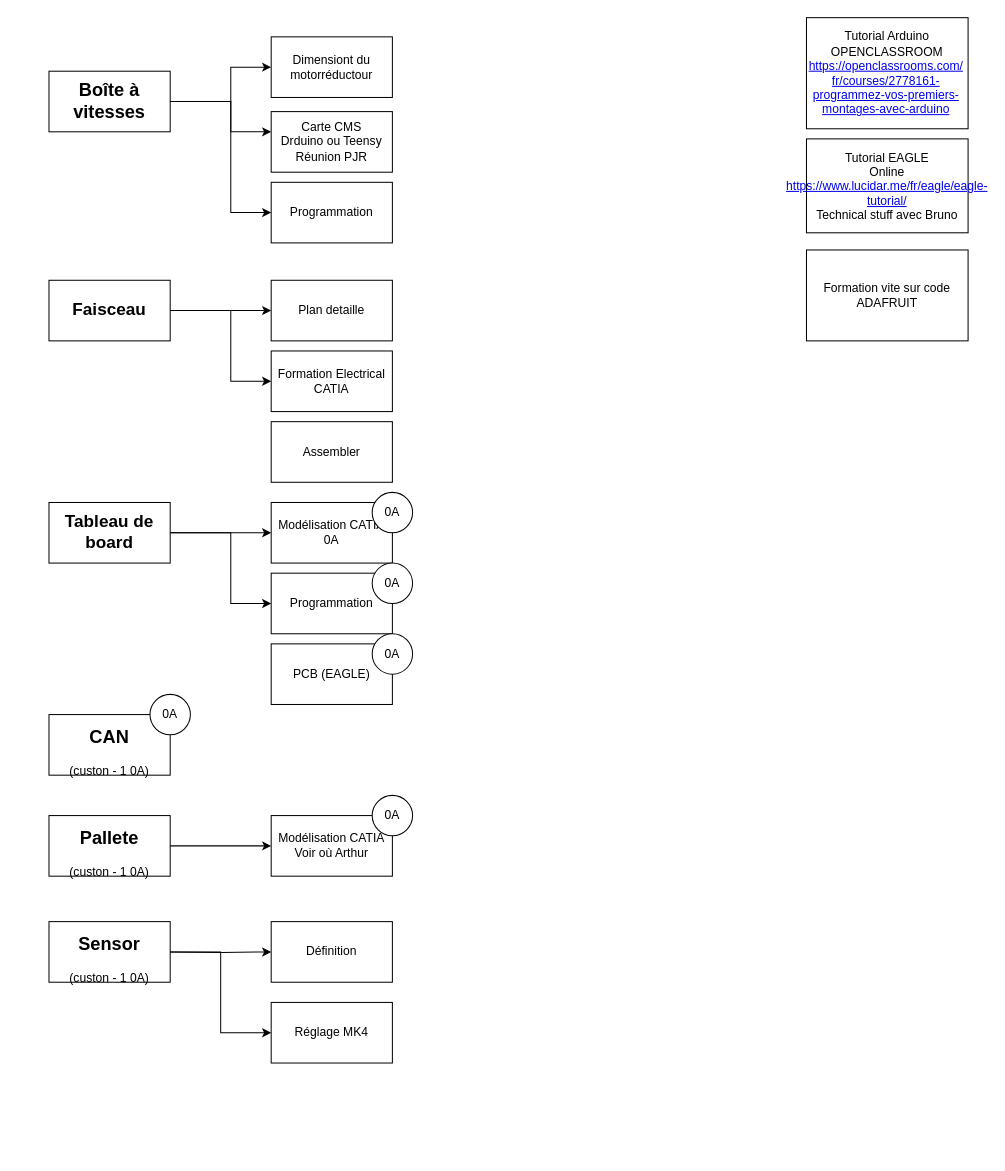
EOSCogniton/STUF-2020 keeps this draw.io diagram as page "SEISM 2019-2020" (1 of 3) of EL_Electrical/SEISM 2019 .drawio. Above is the earlier version. Source tidied: cells renumbered, new cells numbered last; positions are measured from the earlier drawing's top-left corner, leaving out a move shared by most shapes. Both pictures are drawn from the tidied source at 101%, with x=0, y=0 at pixel (48, 17).
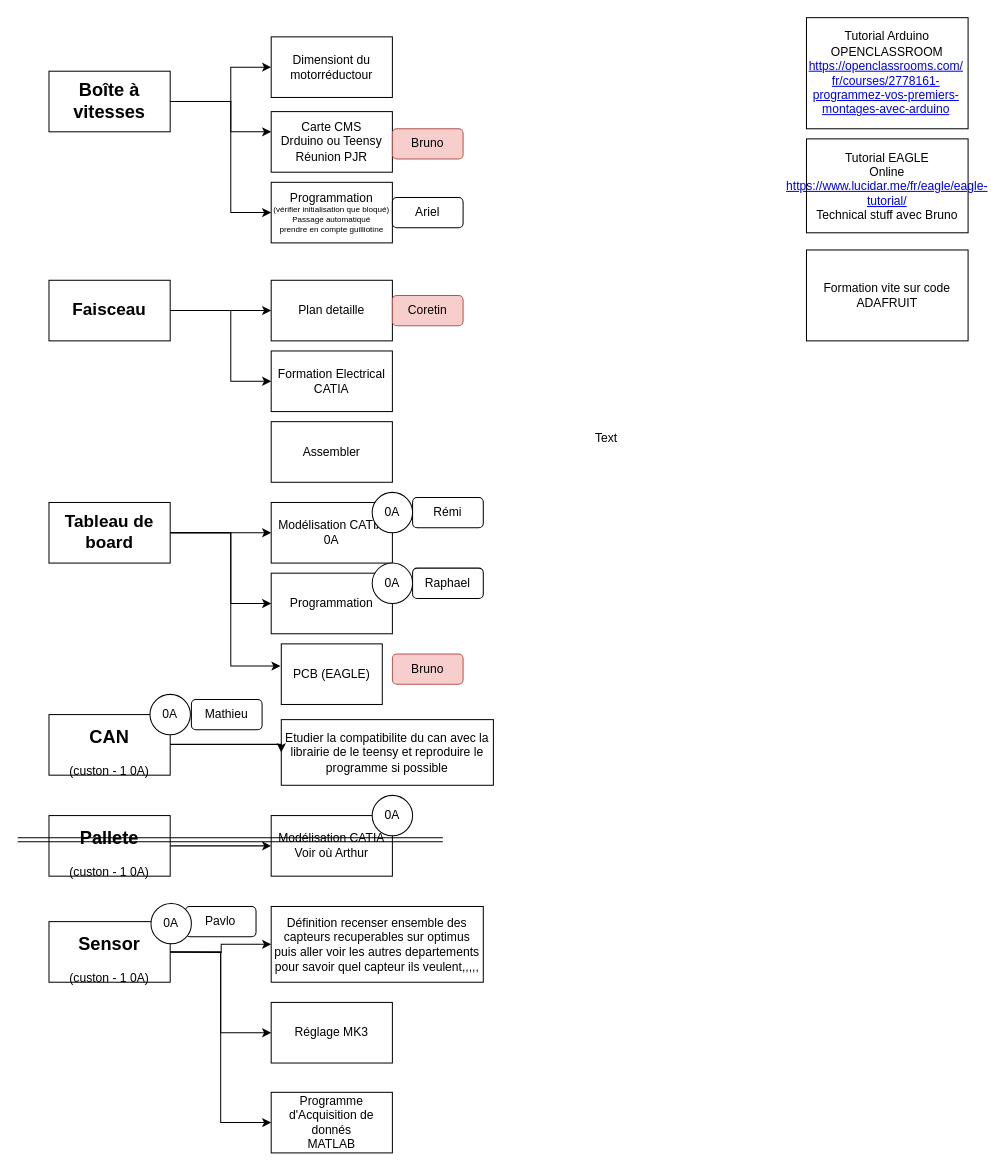
Above is the later version.

Unchanged cells that the change refers to:
```xml
<mxCell id="15" value="&lt;h2&gt;&lt;span class=&quot; author-d-iz88z86z86za0dz67zz78zz78zz74zz68zjz80zz71z9iz90z95dz75zdxz72zz76znvz86zz79zz84zmrz67zz80zz90zbd2rz83zz81zgz71z1etjz88z&quot;&gt;Pallete&lt;/span&gt;&lt;/h2&gt;&lt;div&gt;(custon - 1 0A)&lt;br&gt;&lt;/div&gt;" style="rounded=0;whiteSpace=wrap;html=1;" parent="1" vertex="1">
  <mxGeometry y="790" width="120" height="60" as="geometry" />
</mxCell>
<mxCell id="19" value="Tableau de board" style="rounded=0;whiteSpace=wrap;html=1;fontSize=17;fontStyle=1;" parent="1" vertex="1">
  <mxGeometry y="480" width="120" height="60" as="geometry" />
</mxCell>
<mxCell id="26" value="&lt;div&gt;Modélisation CATIA&lt;br&gt;&lt;/div&gt;&lt;div&gt;Voir où Arthur &lt;br&gt;&lt;/div&gt;" style="rounded=0;whiteSpace=wrap;html=1;fontSize=12;" parent="1" vertex="1">
  <mxGeometry x="220" y="790" width="120" height="60" as="geometry" />
</mxCell>
<mxCell id="28" value="&lt;h2&gt;&lt;span class=&quot; author-d-iz88z86z86za0dz67zz78zz78zz74zz68zjz80zz71z9iz90z95dz75zdxz72zz76znvz86zz79zz84zmrz67zz80zz90zbd2rz83zz81zgz71z1etjz88z&quot;&gt;Sensor&lt;/span&gt;&lt;/h2&gt;&lt;div&gt;(custon - 1 0A)&lt;br&gt;&lt;/div&gt;" style="rounded=0;whiteSpace=wrap;html=1;" parent="1" vertex="1">
  <mxGeometry y="895" width="120" height="60" as="geometry" />
</mxCell>
```

The edit, as a diff of the source:
```diff
@@
-    <mxCell id="13" value="Programmation" style="rounded=0;whiteSpace=wrap;html=1;" parent="1" vertex="1">
+    <mxCell id="13" value="&lt;div&gt;Programmation&lt;/div&gt;&lt;div style=&quot;font-size: 8px&quot;&gt;&lt;font style=&quot;font-size: 8px&quot;&gt;(vérifier initialisation que bloqué)&lt;/font&gt;&lt;/div&gt;&lt;div style=&quot;font-size: 8px&quot;&gt;&lt;font style=&quot;font-size: 8px&quot;&gt;Passage automatiqué&lt;/font&gt;&lt;/div&gt;&lt;div style=&quot;font-size: 8px&quot;&gt;&lt;font style=&quot;font-size: 8px&quot;&gt;prendre en compte guilliotine&lt;/font&gt;&lt;br&gt;&lt;/div&gt;" style="rounded=0;whiteSpace=wrap;html=1;" parent="1" vertex="1">
       <mxGeometry x="220" y="163" width="120" height="60" as="geometry" />
     </mxCell>
     <mxCell id="14" style="edgeStyle=orthogonalEdgeStyle;rounded=0;jettySize=auto;html=1;exitX=1;exitY=0.5;exitDx=0;exitDy=0;fontSize=12;" parent="1" edge="1" source="15" target="26">
-      <mxGeometry relative="1" as="geometry" />
+      <mxGeometry relative="1" as="geometry">
+        <Array as="points">
+          <mxPoint x="170" y="820" />
+          <mxPoint x="170" y="820" />
+        </Array>
+      </mxGeometry>
     </mxCell>
@@
+    <mxCell id="38" style="edgeStyle=orthogonalEdgeStyle;rounded=0;jettySize=auto;html=1;entryX=-0.008;entryY=0.367;entryDx=0;entryDy=0;entryPerimeter=0;" parent="1" edge="1" source="19" target="22">
+      <mxGeometry relative="1" as="geometry">
+        <Array as="points">
+          <mxPoint x="180" y="510" />
+          <mxPoint x="180" y="642" />
+        </Array>
+      </mxGeometry>
+    </mxCell>
@@
     <mxCell id="22" value="PCB (EAGLE)" style="rounded=0;whiteSpace=wrap;html=1;fontSize=12;" parent="1" vertex="1">
-      <mxGeometry x="220" y="620" width="120" height="60" as="geometry" />
+      <mxGeometry x="230" y="620" width="100" height="60" as="geometry" />
     </mxCell>
@@
+    <mxCell id="39" style="edgeStyle=orthogonalEdgeStyle;rounded=0;jettySize=auto;html=1;entryX=0;entryY=0.5;entryDx=0;entryDy=0;" parent="1" edge="1" source="28" target="46">
+      <mxGeometry relative="1" as="geometry" />
+    </mxCell>
@@
-    <mxCell id="30" value="Définition" style="rounded=0;whiteSpace=wrap;html=1;fontSize=12;" parent="1" vertex="1">
-      <mxGeometry x="220" y="895" width="120" height="60" as="geometry" />
+    <mxCell id="30" value="Définition recenser ensemble des capteurs recuperables sur optimus puis aller voir les autres departements pour savoir quel capteur ils veulent,,,,," style="rounded=0;whiteSpace=wrap;html=1;fontSize=12;" parent="1" vertex="1">
+      <mxGeometry x="220" y="880" width="210" height="75" as="geometry" />
     </mxCell>
-    <mxCell id="31" value="Réglage MK4" style="rounded=0;whiteSpace=wrap;html=1;fontSize=12;" parent="1" vertex="1">
+    <mxCell id="31" value="Réglage MK3" style="rounded=0;whiteSpace=wrap;html=1;fontSize=12;" parent="1" vertex="1">
       <mxGeometry x="220" y="975" width="120" height="60" as="geometry" />
     </mxCell>
@@
-    <mxCell id="34" value="0A" style="ellipse;whiteSpace=wrap;html=1;fontSize=12;" parent="1" vertex="1">
-      <mxGeometry x="320" y="610" width="40" height="40" as="geometry" />
-    </mxCell>
@@
+    <mxCell id="40" value="Rémi" style="rounded=1;whiteSpace=wrap;html=1;" parent="1" vertex="1">
+      <mxGeometry x="360" y="475" width="70" height="30" as="geometry" />
+    </mxCell>
+    <mxCell id="41" value="Pavlo" style="rounded=1;whiteSpace=wrap;html=1;" parent="1" vertex="1">
+      <mxGeometry x="135" y="880" width="70" height="30" as="geometry" />
+    </mxCell>
+    <mxCell id="34" value="0A" style="ellipse;whiteSpace=wrap;html=1;fontSize=12;" parent="1" vertex="1">
+      <mxGeometry x="101" y="877" width="40" height="40" as="geometry" />
+    </mxCell>
+    <mxCell id="42" value="Ariel" style="rounded=1;whiteSpace=wrap;html=1;" parent="1" vertex="1">
+      <mxGeometry x="340" y="178" width="70" height="30" as="geometry" />
+    </mxCell>
+    <mxCell id="43" value="Text" style="text;html=1;align=left;verticalAlign=top;spacingTop=-4;" parent="1" vertex="1">
+      <mxGeometry x="539" y="407" width="40" height="20" as="geometry" />
+    </mxCell>
+    <mxCell id="44" value="Raphael" style="rounded=1;whiteSpace=wrap;html=1;" parent="1" vertex="1">
+      <mxGeometry x="360" y="545" width="70" height="30" as="geometry" />
+    </mxCell>
+    <mxCell id="45" value="Mathieu" style="rounded=1;whiteSpace=wrap;html=1;" parent="1" vertex="1">
+      <mxGeometry x="141" y="675" width="70" height="30" as="geometry" />
+    </mxCell>
+    <mxCell id="46" value="&lt;div&gt;Programme d'Acquisition de donnés&lt;br&gt;&lt;/div&gt;&lt;div&gt;MATLAB&lt;/div&gt;" style="rounded=0;whiteSpace=wrap;html=1;fontSize=12;" parent="1" vertex="1">
+      <mxGeometry x="220" y="1064" width="120" height="60" as="geometry" />
+    </mxCell>
+    <mxCell id="47" value="Coretin" style="rounded=1;whiteSpace=wrap;html=1;fillColor=#f8cecc;strokeColor=#b85450;" parent="1" vertex="1">
+      <mxGeometry x="340" y="275" width="70" height="30" as="geometry" />
+    </mxCell>
+    <mxCell id="48" value="Bruno" style="rounded=1;whiteSpace=wrap;html=1;fillColor=#f8cecc;strokeColor=#b85450;" parent="1" vertex="1">
+      <mxGeometry x="340" y="110" width="70" height="30" as="geometry" />
+    </mxCell>
+    <mxCell id="49" value="Bruno" style="rounded=1;whiteSpace=wrap;html=1;fillColor=#f8cecc;strokeColor=#b85450;" parent="1" vertex="1">
+      <mxGeometry x="340" y="630" width="70" height="30" as="geometry" />
+    </mxCell>
+    <mxCell id="50" style="shape=link;html=1;" parent="1" edge="1">
+      <mxGeometry relative="1" as="geometry">
+        <mxPoint x="-31" y="814" as="sourcePoint" />
+        <mxPoint x="390" y="814" as="targetPoint" />
+      </mxGeometry>
+    </mxCell>
+    <mxCell id="51" value="Etudier la compatibilite du can avec la librairie de le teensy et reproduire le programme si possible" style="rounded=0;whiteSpace=wrap;html=1;fontSize=12;" parent="1" vertex="1">
+      <mxGeometry x="230" y="695" width="210" height="65" as="geometry" />
+    </mxCell>
+    <mxCell id="52" style="edgeStyle=orthogonalEdgeStyle;rounded=0;jettySize=auto;html=1;exitX=1;exitY=0.5;exitDx=0;exitDy=0;fontSize=12;entryX=0;entryY=0.5;entryDx=0;entryDy=0;" parent="1" edge="1" target="51">
+      <mxGeometry relative="1" as="geometry">
+        <mxPoint x="120" y="719.5" as="sourcePoint" />
+        <Array as="points">
+          <mxPoint x="230" y="720" />
+        </Array>
+      </mxGeometry>
+    </mxCell>
```
